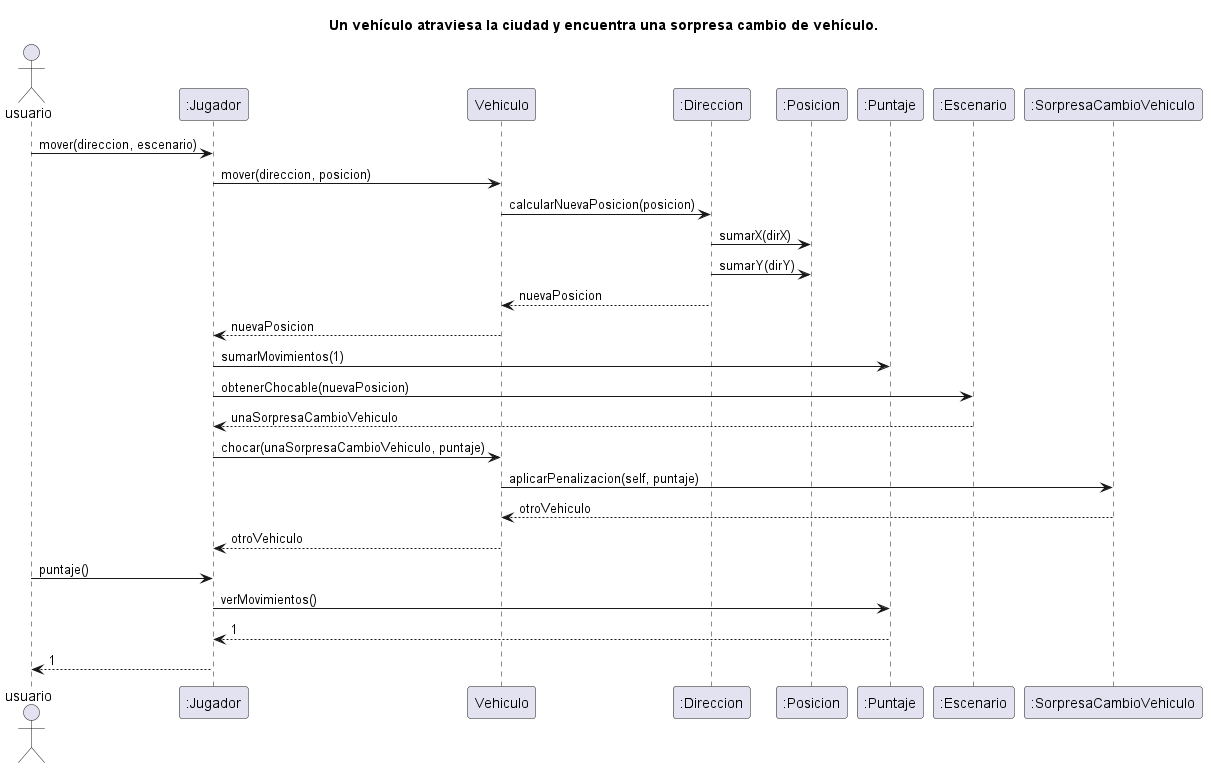
Earlier version of the PlantUML export diagrams/sequences/vehiculo_choca_sorpresa_cambio_vehiculo.png (NestorPala/T17-GPSChallenge). Its source is kept beside it as diagrams/sequences/vehiculo_choca_sorpresa_cambio_vehiculo.puml.
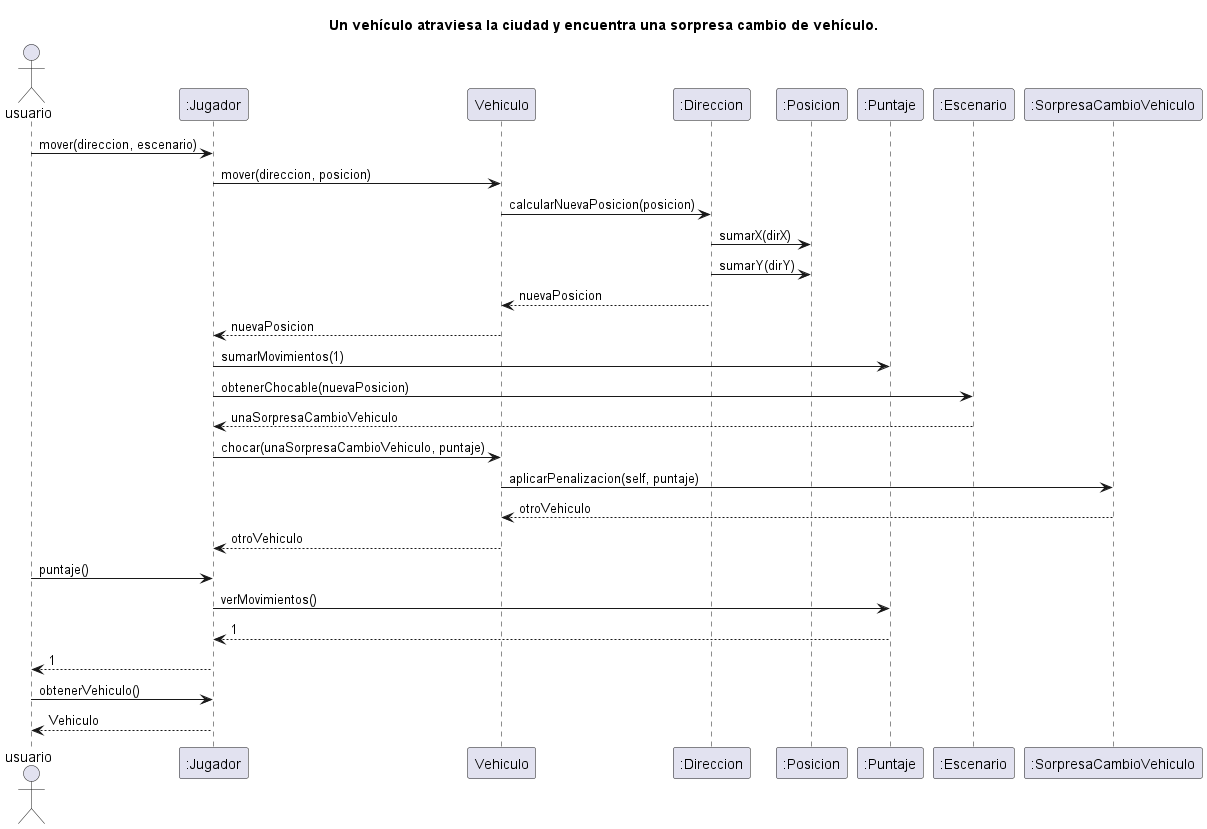
Above is the later version.

Diff of the diagram source:
```diff
@@ -22,4 +22,6 @@
 return 1
 ":Jugador" --> "usuario" : 1
 
+"usuario" -> ":Jugador": obtenerVehiculo()
+return Vehiculo
 @enduml
```
